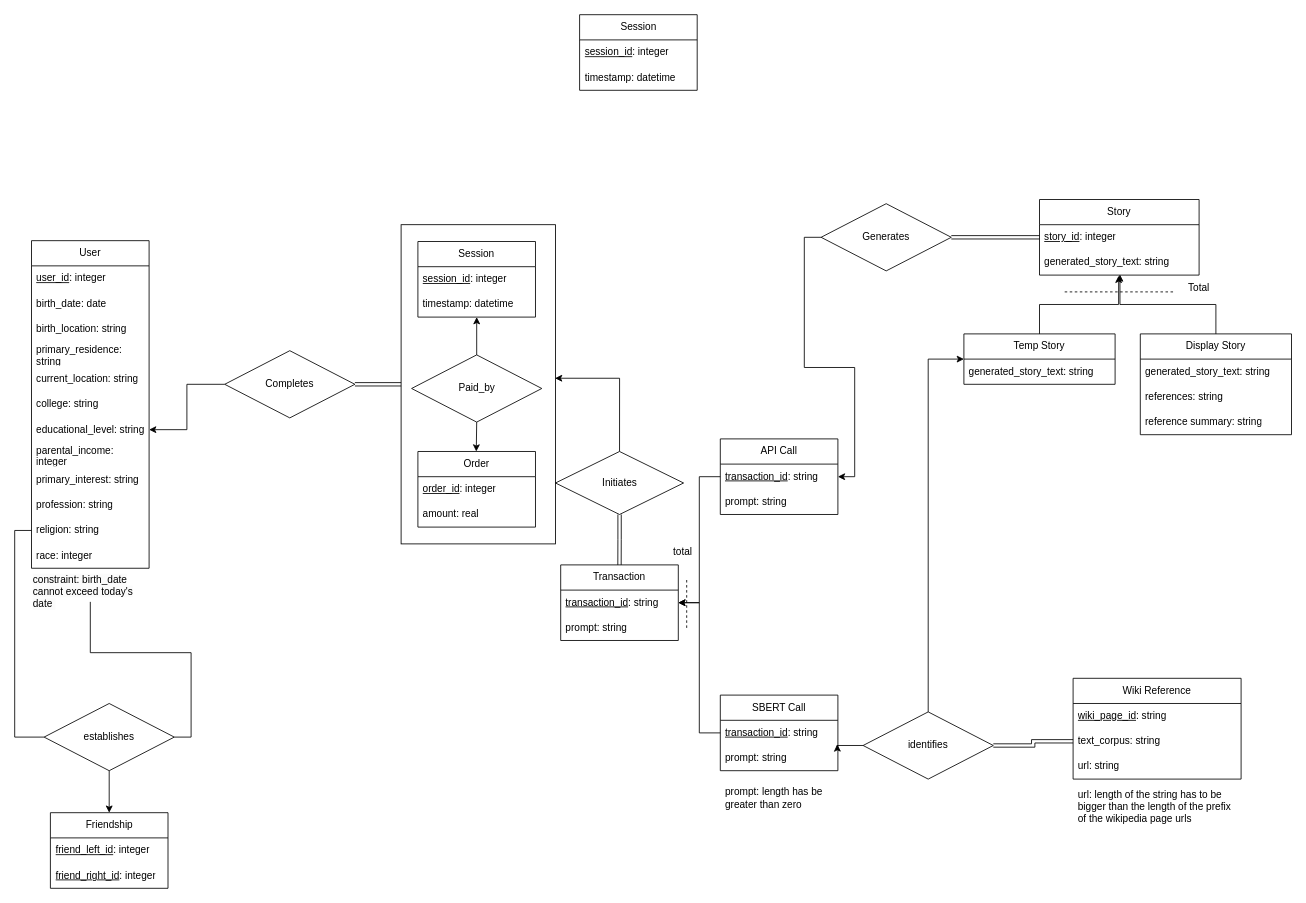
Above: er_diagram.drawio in jiajiabinx/IChing (draw.io), before the change. Source tidied: cells renumbered, new cells numbered last; positions are measured from the earlier drawing's top-left corner, leaving out a move shared by most shapes. Both pictures are drawn from the tidied source at 84%, with x=0, y=0 at pixel (31, 14).
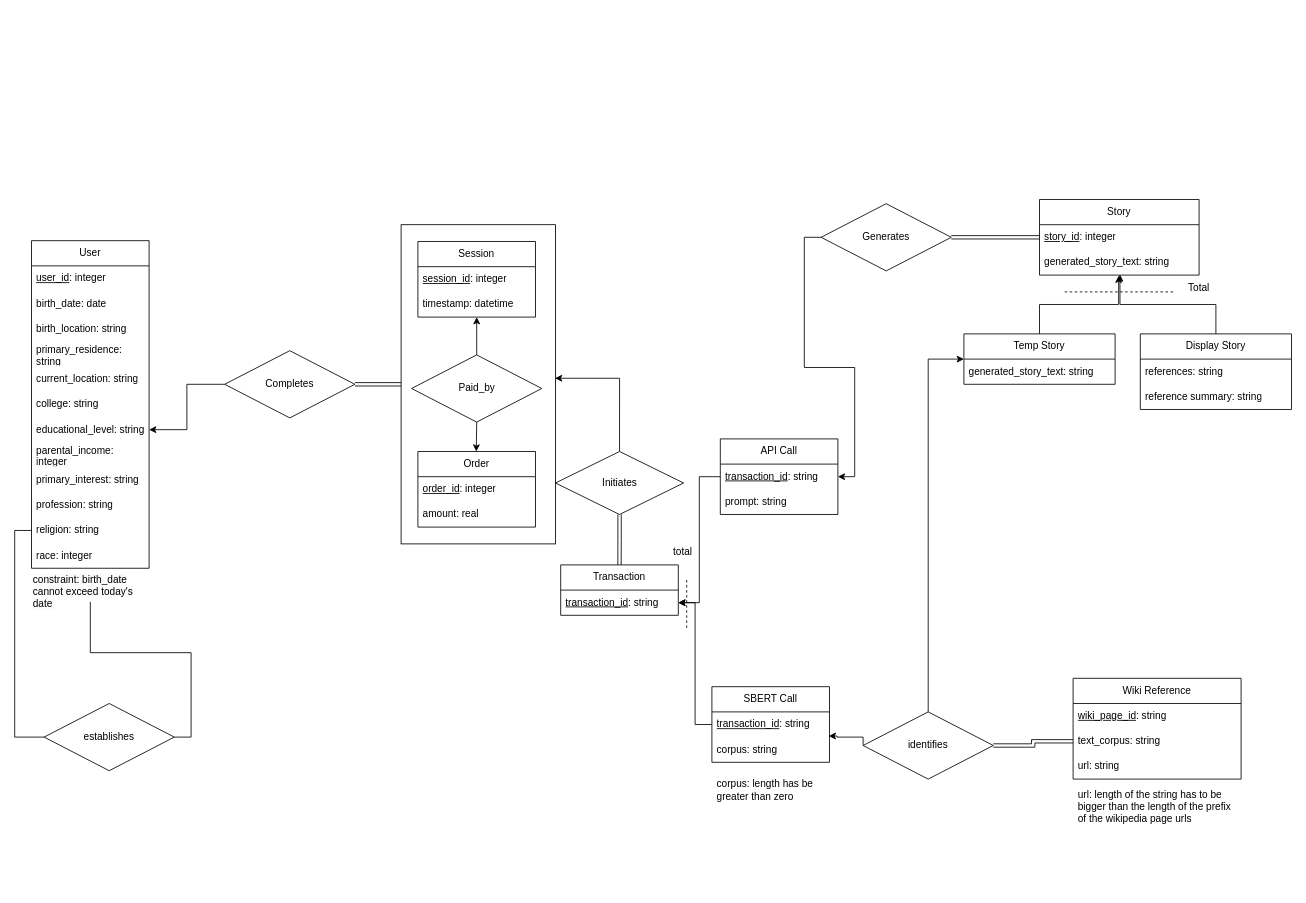
After the change.

The change refers to these unchanged cells:
```xml
<mxCell id="31" value="identifies" style="rhombus;whiteSpace=wrap;html=1;" parent="1" vertex="1">
  <mxGeometry x="990" y="830" width="155" height="80" as="geometry" />
</mxCell>
<mxCell id="34" value="&lt;u&gt;transaction_id&lt;/u&gt;: string" style="text;strokeColor=none;fillColor=none;align=left;verticalAlign=middle;spacingLeft=4;spacingRight=4;overflow=hidden;points=[[0,0.5],[1,0.5]];portConstraint=eastwest;whiteSpace=wrap;html=1;" parent="33" vertex="1">
  <mxGeometry y="30" width="140" height="30" as="geometry" />
</mxCell>
<mxCell id="45" value="SBERT Call" style="swimlane;fontStyle=0;horizontal=1;startSize=30;whiteSpace=wrap;html=1;" parent="44" vertex="1">
  <mxGeometry width="140" height="90" as="geometry" />
</mxCell>
<mxCell id="46" value="&lt;u&gt;transaction_id&lt;/u&gt;: string" style="text;strokeColor=none;fillColor=none;align=left;verticalAlign=middle;spacingLeft=4;spacingRight=4;overflow=hidden;points=[[0,0.5],[1,0.5]];portConstraint=eastwest;whiteSpace=wrap;html=1;" parent="45" vertex="1">
  <mxGeometry y="30" width="140" height="30" as="geometry" />
</mxCell>
<mxCell id="53" value="establishes" style="rhombus;whiteSpace=wrap;html=1;" parent="1" vertex="1">
  <mxGeometry x="15" y="820" width="155" height="80" as="geometry" />
</mxCell>
```

The edit, as a diff of the source:
```diff
@@
     <mxCell id="16" value="Display Story" style="swimlane;fontStyle=0;horizontal=1;startSize=30;whiteSpace=wrap;html=1;" parent="1" vertex="1">
-      <mxGeometry x="1320" y="380" width="180" height="120" as="geometry" />
+      <mxGeometry x="1320" y="380" width="180" height="90" as="geometry" />
     </mxCell>
-    <mxCell id="17" value="generated_story_text: string" style="text;strokeColor=none;fillColor=none;align=left;verticalAlign=middle;spacingLeft=4;spacingRight=4;overflow=hidden;whiteSpace=wrap;html=1;" parent="16" vertex="1">
-      <mxGeometry y="30" width="180" height="30" as="geometry" />
-    </mxCell>
     <mxCell id="18" value="references: string" style="text;strokeColor=none;fillColor=none;align=left;verticalAlign=middle;spacingLeft=4;spacingRight=4;overflow=hidden;whiteSpace=wrap;html=1;" parent="16" vertex="1">
-      <mxGeometry y="60" width="180" height="30" as="geometry" />
+      <mxGeometry y="30" width="180" height="30" as="geometry" />
     </mxCell>
     <mxCell id="19" value="reference summary: string" style="text;strokeColor=none;fillColor=none;align=left;verticalAlign=middle;spacingLeft=4;spacingRight=4;overflow=hidden;whiteSpace=wrap;html=1;" parent="16" vertex="1">
-      <mxGeometry y="90" width="180" height="30" as="geometry" />
+      <mxGeometry y="60" width="180" height="30" as="geometry" />
     </mxCell>
@@
     <mxCell id="32" style="edgeStyle=orthogonalEdgeStyle;rounded=0;jettySize=auto;html=1;exitX=0;exitY=0.5;exitDx=0;exitDy=0;entryX=0.994;entryY=-0.043;entryDx=0;entryDy=0;entryPerimeter=0;" parent="1" edge="1" source="31" target="47">
-      <mxGeometry relative="1" as="geometry" />
+      <mxGeometry relative="1" as="geometry">
+        <Array as="points">
+          <mxPoint x="990" y="860" />
+          <mxPoint x="959" y="860" />
+        </Array>
+      </mxGeometry>
     </mxCell>
     <mxCell id="33" value="Transaction" style="swimlane;fontStyle=0;horizontal=1;startSize=30;whiteSpace=wrap;html=1;" parent="1" vertex="1">
-      <mxGeometry x="630" y="655" width="140" height="90" as="geometry" />
+      <mxGeometry x="630" y="655" width="140" height="60" as="geometry" />
     </mxCell>
@@
-    <mxCell id="35" value="prompt: string" style="text;strokeColor=none;fillColor=none;align=left;verticalAlign=middle;spacingLeft=4;spacingRight=4;overflow=hidden;whiteSpace=wrap;html=1;" parent="33" vertex="1">
-      <mxGeometry y="60" width="140" height="30" as="geometry" />
-    </mxCell>
@@
     <mxCell id="44" style="group;" parent="1" vertex="1">
-      <mxGeometry x="820" y="810" width="140" height="155" as="geometry" />
+      <mxGeometry x="810" y="800" width="140" height="155" as="geometry" />
     </mxCell>
@@
-    <mxCell id="47" value="prompt: string" style="text;strokeColor=none;fillColor=none;align=left;verticalAlign=middle;spacingLeft=4;spacingRight=4;overflow=hidden;points=[[0,0.5],[1,0.5]];portConstraint=eastwest;whiteSpace=wrap;html=1;" parent="45" vertex="1">
+    <mxCell id="47" value="corpus: string" style="text;strokeColor=none;fillColor=none;align=left;verticalAlign=middle;spacingLeft=4;spacingRight=4;overflow=hidden;points=[[0,0.5],[1,0.5]];portConstraint=eastwest;whiteSpace=wrap;html=1;" parent="45" vertex="1">
       <mxGeometry y="60" width="140" height="30" as="geometry" />
     </mxCell>
-    <mxCell id="48" value="prompt: length has be greater than zero" style="text;strokeColor=none;fillColor=none;align=left;verticalAlign=middle;spacingLeft=4;spacingRight=4;overflow=hidden;whiteSpace=wrap;html=1;" parent="44" vertex="1">
-      <mxGeometry y="90" width="140" height="65" as="geometry" />
-    </mxCell>
+    <mxCell id="84" value="corpus: length has be greater than zero" style="text;strokeColor=none;fillColor=none;align=left;verticalAlign=middle;spacingLeft=4;spacingRight=4;overflow=hidden;whiteSpace=wrap;html=1;" parent="44" vertex="1">
+      <mxGeometry y="90" width="140" height="65" as="geometry" />
+    </mxCell>
@@
     <mxCell id="50" style="edgeStyle=orthogonalEdgeStyle;rounded=0;jettySize=auto;html=1;exitX=0;exitY=0.5;exitDx=0;exitDy=0;entryX=1;entryY=0.5;entryDx=0;entryDy=0;" parent="1" edge="1" source="46" target="34">
-      <mxGeometry relative="1" as="geometry" />
+      <mxGeometry relative="1" as="geometry">
+        <Array as="points">
+          <mxPoint x="790" y="845" />
+          <mxPoint x="790" y="700" />
+        </Array>
+      </mxGeometry>
     </mxCell>
@@
-    <mxCell id="52" style="edgeStyle=orthogonalEdgeStyle;rounded=0;jettySize=auto;html=1;exitX=0.5;exitY=1;exitDx=0;exitDy=0;entryX=0.5;entryY=0;entryDx=0;entryDy=0;" parent="1" edge="1" source="53" target="70">
-      <mxGeometry relative="1" as="geometry" />
-    </mxCell>
@@
-    <mxCell id="70" value="Friendship" style="swimlane;fontStyle=0;horizontal=1;startSize=30;whiteSpace=wrap;html=1;" parent="1" vertex="1">
-      <mxGeometry x="22.5" y="950" width="140" height="90" as="geometry" />
-    </mxCell>
-    <mxCell id="71" value="&lt;u&gt;friend_left_id&lt;/u&gt;: integer" style="text;strokeColor=none;fillColor=none;align=left;verticalAlign=middle;spacingLeft=4;spacingRight=4;overflow=hidden;whiteSpace=wrap;html=1;" parent="70" vertex="1">
-      <mxGeometry y="30" width="140" height="30" as="geometry" />
-    </mxCell>
-    <mxCell id="72" value="&lt;u&gt;friend_right_id&lt;/u&gt;: integer" style="text;strokeColor=none;fillColor=none;align=left;verticalAlign=middle;spacingLeft=4;spacingRight=4;overflow=hidden;whiteSpace=wrap;html=1;" parent="70" vertex="1">
-      <mxGeometry y="60" width="140" height="30" as="geometry" />
-    </mxCell>
@@
-    <mxCell id="81" value="Session" style="swimlane;fontStyle=0;horizontal=1;startSize=30;whiteSpace=wrap;html=1;" parent="1" vertex="1">
-      <mxGeometry x="652.5" width="140" height="90" as="geometry" />
-    </mxCell>
-    <mxCell id="82" value="&lt;u&gt;session_id&lt;/u&gt;: integer" style="text;strokeColor=none;fillColor=none;align=left;verticalAlign=middle;spacingLeft=4;spacingRight=4;overflow=hidden;whiteSpace=wrap;html=1;" parent="81" vertex="1">
-      <mxGeometry y="30" width="140" height="30" as="geometry" />
-    </mxCell>
-    <mxCell id="83" value="timestamp: datetime" style="text;strokeColor=none;fillColor=none;align=left;verticalAlign=middle;spacingLeft=4;spacingRight=4;overflow=hidden;whiteSpace=wrap;html=1;" parent="81" vertex="1">
-      <mxGeometry y="60" width="140" height="30" as="geometry" />
-    </mxCell>
```
